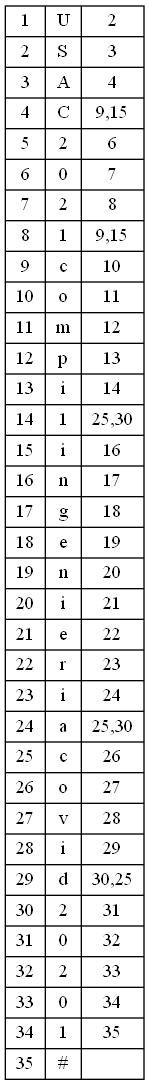
Above: E2Siguientes.png in DiegoxBaggins/JAVA-Basic-Compilator (Graphviz), before the change. Its source is kept beside it as E2Siguientes.dot. The source it was exported from:
```dot
digraph G{
rankdir=UD
node[shape=box]
concentrate=true
nodotabla[shape=record label="{1|2|3|4|5|6|7|8|9|10|11|12|13|14|15|16|17|18|19|20|21|22|23|24|25|26|27|28|29|30|31|32|33|34|35}|{U|S|A|C|2|0|2|1|c|o|m|p|i|1|i|n|g|e|n|i|e|r|i|a|c|o|v|i|d|2|0|2|0|1|#}|{2|3|4|9,15|6|7|8|9,15|10|11|12|13|14|25,30|16|17|18|19|20|21|22|23|24|25,30|26|27|28|29|30,25|31|32|33|34|35|}"]
}
```
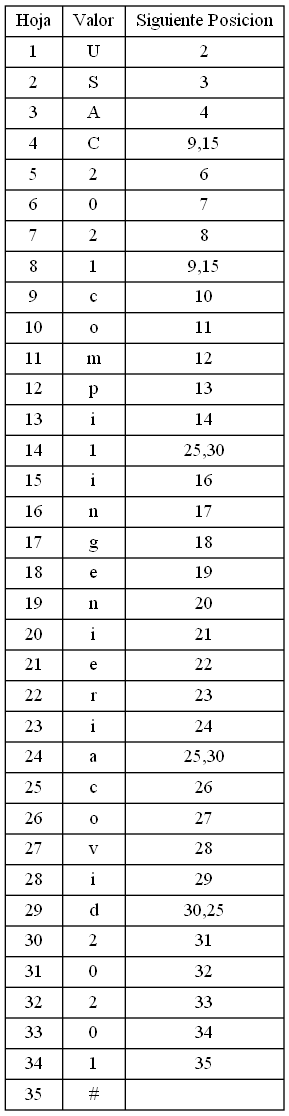
The same diagram one commit later.

Change to the diagram source:
```diff
@@ -2,5 +2,5 @@
 rankdir=UD
 node[shape=box]
 concentrate=true
-nodotabla[shape=record label="{1|2|3|4|5|6|7|8|9|10|11|12|13|14|15|16|17|18|19|20|21|22|23|24|25|26|27|28|29|30|31|32|33|34|35}|{U|S|A|C|2|0|2|1|c|o|m|p|i|1|i|n|g|e|n|i|e|r|i|a|c|o|v|i|d|2|0|2|0|1|#}|{2|3|4|9,15|6|7|8|9,15|10|11|12|13|14|25,30|16|17|18|19|20|21|22|23|24|25,30|26|27|28|29|30,25|31|32|33|34|35|}"]
+nodotabla[shape=record label="{Hoja|1|2|3|4|5|6|7|8|9|10|11|12|13|14|15|16|17|18|19|20|21|22|23|24|25|26|27|28|29|30|31|32|33|34|35}|{Valor|U|S|A|C|2|0|2|1|c|o|m|p|i|1|i|n|g|e|n|i|e|r|i|a|c|o|v|i|d|2|0|2|0|1|#}|{Siguiente Posicion|2|3|4|9,15|6|7|8|9,15|10|11|12|13|14|25,30|16|17|18|19|20|21|22|23|24|25,30|26|27|28|29|30,25|31|32|33|34|35|}"]
 }
```
